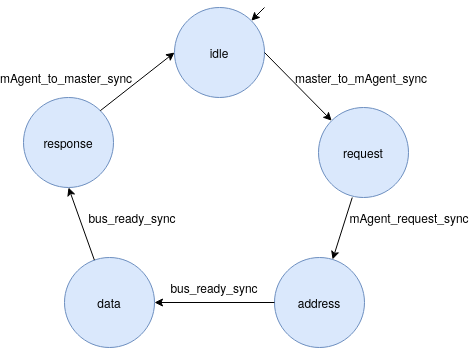
Earlier version of the draw.io export figs/ESL/mAgent_ESL.png (Ovsthus/hovsthus_thesis). Source tidied: cells renumbered, new cells last; positions are measured from the earlier drawing's top-left corner, leaving out a move shared by most shapes.
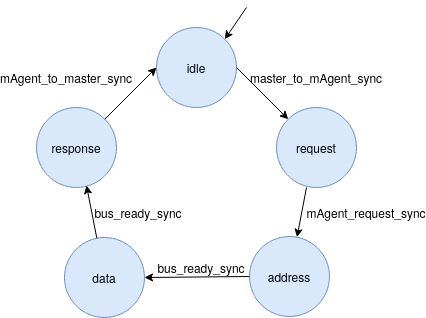
The same file after the commit.

The edit, as a diff of the source:
```diff
@@ -3,19 +3,19 @@
     <mxCell id="0" />
     <mxCell id="1" parent="0" />
     <mxCell id="2" value="idle" style="ellipse;whiteSpace=wrap;html=1;fillColor=#dae8fc;strokeColor=#6c8ebf;" parent="1" vertex="1">
-      <mxGeometry x="151" width="90" height="90" as="geometry" />
+      <mxGeometry x="151" y="20" width="80" height="80" as="geometry" />
     </mxCell>
     <mxCell id="3" value="request" style="ellipse;whiteSpace=wrap;html=1;fillColor=#dae8fc;strokeColor=#6c8ebf;" parent="1" vertex="1">
-      <mxGeometry x="295" y="100" width="90" height="90" as="geometry" />
+      <mxGeometry x="271" y="100" width="80" height="80" as="geometry" />
     </mxCell>
     <mxCell id="4" value="address" style="ellipse;whiteSpace=wrap;html=1;fillColor=#dae8fc;strokeColor=#6c8ebf;" parent="1" vertex="1">
-      <mxGeometry x="251" y="250" width="90" height="90" as="geometry" />
+      <mxGeometry x="244" y="229" width="80" height="80" as="geometry" />
     </mxCell>
-    <mxCell id="5" value="data " style="ellipse;whiteSpace=wrap;html=1;fillColor=#dae8fc;strokeColor=#6c8ebf;" parent="1" vertex="1">
-      <mxGeometry x="41" y="250" width="90" height="90" as="geometry" />
+    <mxCell id="5" value="data" style="ellipse;whiteSpace=wrap;html=1;fillColor=#dae8fc;strokeColor=#6c8ebf;" parent="1" vertex="1">
+      <mxGeometry x="59" y="230" width="80" height="80" as="geometry" />
     </mxCell>
     <mxCell id="6" value="response" style="ellipse;whiteSpace=wrap;html=1;fillColor=#dae8fc;strokeColor=#6c8ebf;" parent="1" vertex="1">
-      <mxGeometry y="90" width="90" height="90" as="geometry" />
+      <mxGeometry x="31" y="100" width="80" height="80" as="geometry" />
     </mxCell>
     <mxCell id="7" style="endArrow=classic;html=1;exitX=1;exitY=0.5;exitDx=0;exitDy=0;entryX=0;entryY=0;entryDx=0;entryDy=0;" parent="1" edge="1" source="2" target="3">
       <mxGeometry relative="1" as="geometry" />
@@ -26,31 +26,31 @@
     <mxCell id="9" style="endArrow=classic;html=1;exitX=0;exitY=0.5;exitDx=0;exitDy=0;entryX=1;entryY=0.5;entryDx=0;entryDy=0;" parent="1" edge="1" source="4" target="5">
       <mxGeometry relative="1" as="geometry" />
     </mxCell>
-    <mxCell id="10" style="endArrow=classic;html=1;entryX=0.5;entryY=1;entryDx=0;entryDy=0;" parent="1" edge="1" source="5" target="6">
+    <mxCell id="10" style="endArrow=classic;html=1;entryX=0.625;entryY=0.975;entryDx=0;entryDy=0;entryPerimeter=0;" parent="1" edge="1" source="5" target="6">
       <mxGeometry relative="1" as="geometry" />
     </mxCell>
     <mxCell id="11" style="endArrow=classic;html=1;exitX=1;exitY=0;exitDx=0;exitDy=0;entryX=0;entryY=0.5;entryDx=0;entryDy=0;" parent="1" edge="1" source="6" target="2">
       <mxGeometry relative="1" as="geometry" />
     </mxCell>
+    <mxCell id="18" value="bus_ready_sync" style="text;html=1;strokeColor=none;fillColor=none;align=center;verticalAlign=middle;whiteSpace=wrap;rounded=0;" parent="1" vertex="1">
+      <mxGeometry x="176" y="250" width="40" height="20" as="geometry" />
+    </mxCell>
+    <mxCell id="19" style="endArrow=classic;html=1;entryX=1;entryY=0;entryDx=0;entryDy=0;" parent="1" edge="1" target="2">
+      <mxGeometry relative="1" as="geometry">
+        <mxPoint x="241" as="sourcePoint" />
+      </mxGeometry>
+    </mxCell>
+    <mxCell id="20" value="bus_ready_sync" style="text;html=1;strokeColor=none;fillColor=none;align=center;verticalAlign=middle;whiteSpace=wrap;rounded=0;" parent="1" vertex="1">
+      <mxGeometry x="111" y="195" width="44" height="20" as="geometry" />
+    </mxCell>
     <mxCell id="12" value="master_to_mAgent_sync" style="text;html=1;strokeColor=none;fillColor=none;align=center;verticalAlign=middle;whiteSpace=wrap;rounded=0;" parent="1" vertex="1">
-      <mxGeometry x="283" y="60" width="110" height="20" as="geometry" />
+      <mxGeometry x="291" y="60" width="40" height="20" as="geometry" />
     </mxCell>
     <mxCell id="13" value="mAgent_request_sync" style="text;html=1;strokeColor=none;fillColor=none;align=center;verticalAlign=middle;whiteSpace=wrap;rounded=0;" parent="1" vertex="1">
-      <mxGeometry x="341" y="200" width="90" height="20" as="geometry" />
+      <mxGeometry x="341" y="195" width="40" height="20" as="geometry" />
     </mxCell>
-    <mxCell id="14" value="bus_ready_sync" style="text;html=1;strokeColor=none;fillColor=none;align=center;verticalAlign=middle;whiteSpace=wrap;rounded=0;" parent="1" vertex="1">
-      <mxGeometry x="171" y="270" width="40" height="20" as="geometry" />
-    </mxCell>
-    <mxCell id="15" value="bus_ready_sync" style="text;html=1;strokeColor=none;fillColor=none;align=center;verticalAlign=middle;whiteSpace=wrap;rounded=0;" parent="1" vertex="1">
-      <mxGeometry x="87" y="200" width="44" height="20" as="geometry" />
-    </mxCell>
     <mxCell id="16" value="mAgent_to_master_sync" style="text;html=1;strokeColor=none;fillColor=none;align=center;verticalAlign=middle;whiteSpace=wrap;rounded=0;" parent="1" vertex="1">
-      <mxGeometry x="15" y="60" width="56" height="20" as="geometry" />
+      <mxGeometry x="41" y="60" width="40" height="20" as="geometry" />
     </mxCell>
-    <mxCell id="17" style="endArrow=classic;html=1;entryX=1;entryY=0;entryDx=0;entryDy=0;" parent="1" edge="1" target="2">
-      <mxGeometry relative="1" as="geometry">
-        <mxPoint x="241" as="sourcePoint" />
-      </mxGeometry>
-    </mxCell>
   </root>
 </mxGraphModel>
```
